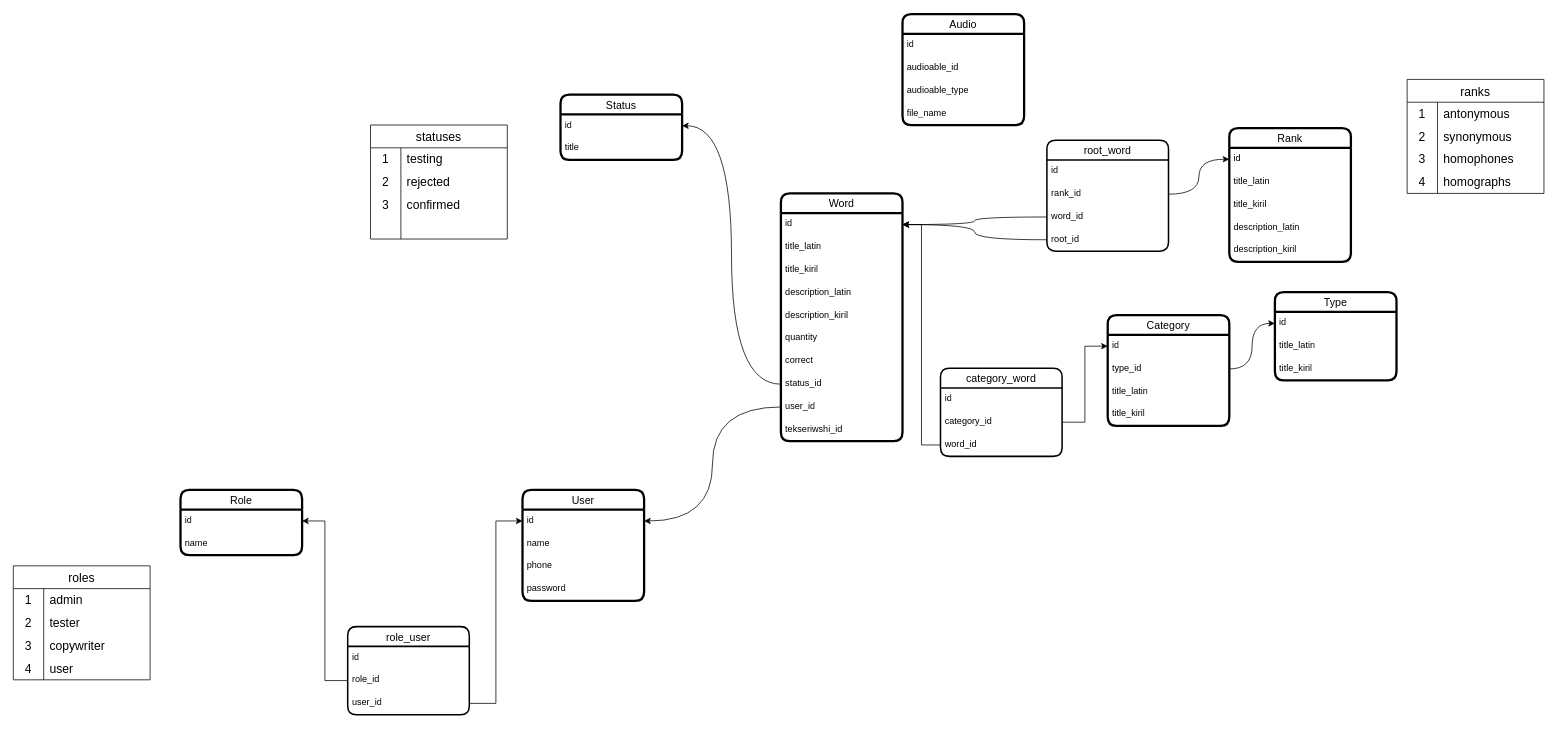
Earlier version of the draw.io diagram ts-backend.drawio (iztileuoff/databases). Source tidied: cells renumbered, new cells numbered last; positions are measured from the earlier drawing's top-left corner, leaving out a move shared by most shapes. Both pictures are drawn from the tidied source at 76%, with x=0, y=0 at pixel (13, 14).
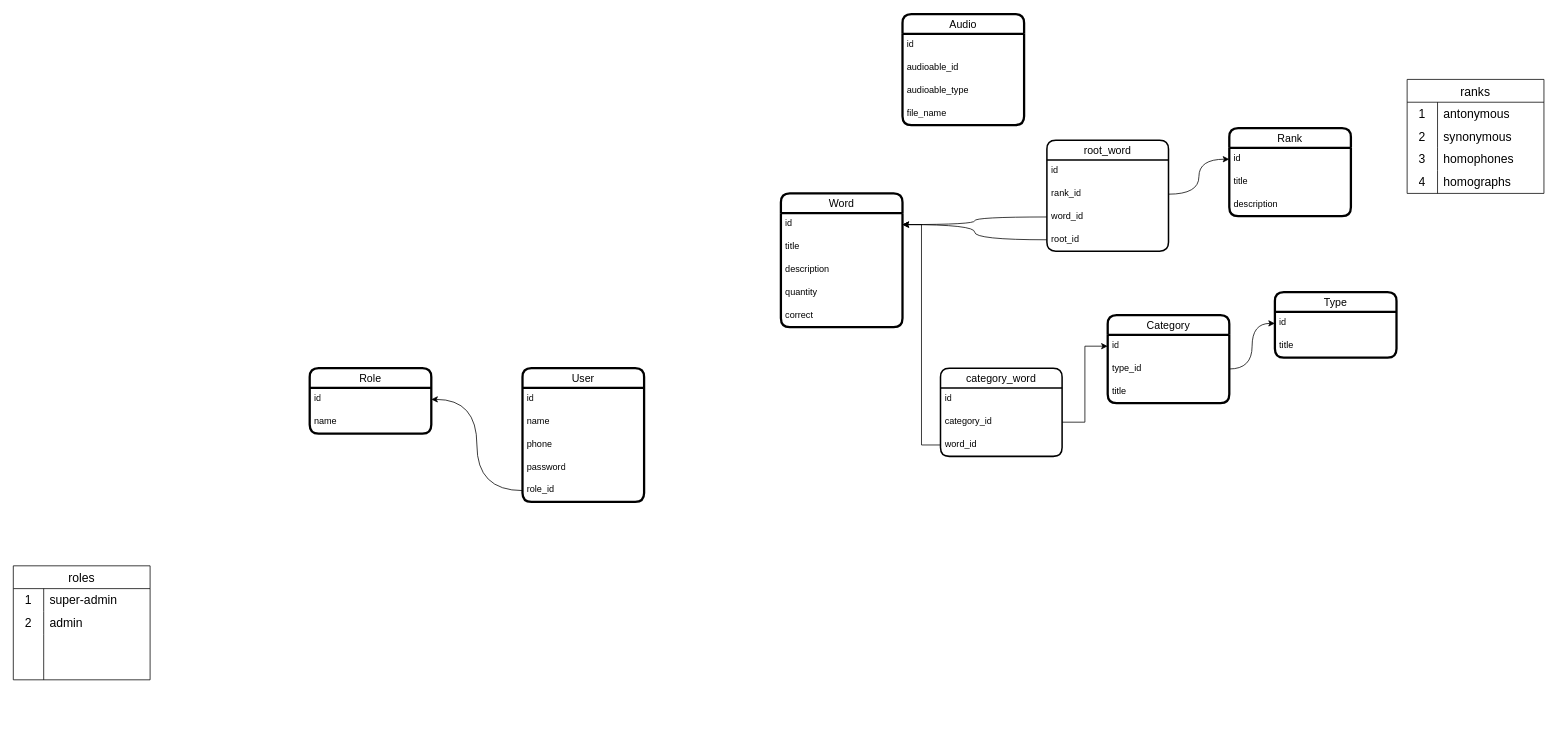
Above is the later version.

Unchanged cells that the change refers to:
```xml
<mxCell id="3" value="id" style="text;strokeColor=none;fillColor=none;spacingLeft=4;spacingRight=4;overflow=hidden;points=[[0,0.5],[1,0.5]];portConstraint=eastwest;fontSize=12;whiteSpace=wrap;html=1;" parent="2" vertex="1">
  <mxGeometry y="26" width="160" height="30" as="geometry" />
</mxCell>
<mxCell id="8" value="id" style="text;strokeColor=none;fillColor=none;spacingLeft=4;spacingRight=4;overflow=hidden;points=[[0,0.5],[1,0.5]];portConstraint=eastwest;fontSize=12;whiteSpace=wrap;html=1;" parent="7" vertex="1">
  <mxGeometry y="26" width="160" height="30" as="geometry" />
</mxCell>
<mxCell id="67" style="shape=tableRow;horizontal=0;startSize=0;swimlaneHead=0;swimlaneBody=0;top=0;left=0;bottom=0;right=0;fillColor=none;strokeColor=inherit;fontSize=16;" parent="66" vertex="1">
  <mxGeometry y="30" width="180" height="30" as="geometry" />
</mxCell>
<mxCell id="70" style="shape=tableRow;horizontal=0;startSize=0;swimlaneHead=0;swimlaneBody=0;top=0;left=0;bottom=0;right=0;fillColor=none;strokeColor=inherit;fontSize=16;" parent="66" vertex="1">
  <mxGeometry y="60" width="180" height="30" as="geometry" />
</mxCell>
<mxCell id="73" style="shape=tableRow;horizontal=0;startSize=0;swimlaneHead=0;swimlaneBody=0;top=0;left=0;bottom=0;right=0;fillColor=none;strokeColor=inherit;fontSize=16;" parent="66" vertex="1">
  <mxGeometry y="90" width="180" height="30" as="geometry" />
</mxCell>
<mxCell id="76" style="shape=tableRow;horizontal=0;startSize=0;swimlaneHead=0;swimlaneBody=0;top=0;left=0;bottom=0;right=0;fillColor=none;strokeColor=inherit;fontSize=16;" parent="66" vertex="1">
  <mxGeometry y="120" width="180" height="30" as="geometry" />
</mxCell>
```

What changed in the source:
```diff
@@
     <mxCell id="2" value="User" style="swimlane;fontStyle=0;horizontal=1;startSize=26;align=center;fontSize=14;rounded=1;strokeWidth=3;" parent="1" vertex="1">
-      <mxGeometry x="670" y="626" width="160" height="146" as="geometry" />
+      <mxGeometry x="670" y="466" width="160" height="176" as="geometry" />
     </mxCell>
@@
+    <mxCell id="12" value="role_id" style="text;strokeColor=none;fillColor=none;spacingLeft=4;spacingRight=4;overflow=hidden;points=[[0,0.5],[1,0.5]];portConstraint=eastwest;fontSize=12;whiteSpace=wrap;html=1;" parent="2" vertex="1">
+      <mxGeometry y="146" width="160" height="30" as="geometry" />
+    </mxCell>
     <mxCell id="7" value="Role" style="swimlane;fontStyle=0;horizontal=1;startSize=26;align=center;fontSize=14;rounded=1;strokeWidth=3;" parent="1" vertex="1">
-      <mxGeometry x="220" y="626" width="160" height="86" as="geometry" />
+      <mxGeometry x="390" y="466" width="160" height="86" as="geometry" />
     </mxCell>
@@
-    <mxCell id="10" value="role_user" style="swimlane;fontStyle=0;horizontal=1;startSize=26;align=center;fontSize=14;rounded=1;strokeWidth=2;" parent="1" vertex="1">
-      <mxGeometry x="440" y="806" width="160" height="116" as="geometry" />
-    </mxCell>
-    <mxCell id="11" value="id" style="text;strokeColor=none;fillColor=none;spacingLeft=4;spacingRight=4;overflow=hidden;fontSize=12;whiteSpace=wrap;html=1;" parent="10" vertex="1">
-      <mxGeometry y="26" width="160" height="30" as="geometry" />
-    </mxCell>
-    <mxCell id="12" value="role_id" style="text;strokeColor=none;fillColor=none;spacingLeft=4;spacingRight=4;overflow=hidden;points=[[0,0.5],[1,0.5]];portConstraint=eastwest;fontSize=12;whiteSpace=wrap;html=1;" parent="10" vertex="1">
-      <mxGeometry y="56" width="160" height="30" as="geometry" />
-    </mxCell>
-    <mxCell id="13" value="user_id" style="text;strokeColor=none;fillColor=none;spacingLeft=4;spacingRight=4;overflow=hidden;points=[[0,0.5],[1,0.5]];portConstraint=eastwest;fontSize=12;whiteSpace=wrap;html=1;" parent="10" vertex="1">
-      <mxGeometry y="86" width="160" height="30" as="geometry" />
-    </mxCell>
-    <mxCell id="14" style="edgeStyle=orthogonalEdgeStyle;rounded=0;jettySize=auto;html=1;" parent="1" edge="1" source="12" target="8">
-      <mxGeometry relative="1" as="geometry" />
-    </mxCell>
     <mxCell id="15" value="Word" style="swimlane;fontStyle=0;horizontal=1;startSize=26;align=center;fontSize=14;rounded=1;strokeWidth=3;" parent="1" vertex="1">
-      <mxGeometry x="1010" y="236" width="160" height="326" as="geometry" />
+      <mxGeometry x="1010" y="236" width="160" height="176" as="geometry" />
     </mxCell>
@@
-    <mxCell id="17" value="title_latin" style="text;strokeColor=none;fillColor=none;spacingLeft=4;spacingRight=4;overflow=hidden;fontSize=12;whiteSpace=wrap;html=1;" parent="15" vertex="1">
+    <mxCell id="17" value="title" style="text;strokeColor=none;fillColor=none;spacingLeft=4;spacingRight=4;overflow=hidden;fontSize=12;whiteSpace=wrap;html=1;" parent="15" vertex="1">
       <mxGeometry y="56" width="160" height="30" as="geometry" />
     </mxCell>
-    <mxCell id="18" value="title_kiril" style="text;strokeColor=none;fillColor=none;spacingLeft=4;spacingRight=4;overflow=hidden;fontSize=12;whiteSpace=wrap;html=1;" parent="15" vertex="1">
-      <mxGeometry y="86" width="160" height="30" as="geometry" />
-    </mxCell>
-    <mxCell id="19" value="description_latin" style="text;strokeColor=none;fillColor=none;spacingLeft=4;spacingRight=4;overflow=hidden;fontSize=12;whiteSpace=wrap;html=1;" parent="15" vertex="1">
-      <mxGeometry y="116" width="160" height="30" as="geometry" />
+    <mxCell id="19" value="description" style="text;strokeColor=none;fillColor=none;spacingLeft=4;spacingRight=4;overflow=hidden;fontSize=12;whiteSpace=wrap;html=1;" parent="15" vertex="1">
+      <mxGeometry y="86" width="160" height="30" as="geometry" />
     </mxCell>
-    <mxCell id="20" value="description_kiril" style="text;strokeColor=none;fillColor=none;spacingLeft=4;spacingRight=4;overflow=hidden;fontSize=12;whiteSpace=wrap;html=1;" parent="15" vertex="1">
-      <mxGeometry y="146" width="160" height="30" as="geometry" />
-    </mxCell>
     <mxCell id="21" value="quantity" style="text;strokeColor=none;fillColor=none;spacingLeft=4;spacingRight=4;overflow=hidden;fontSize=12;whiteSpace=wrap;html=1;" parent="15" vertex="1">
-      <mxGeometry y="176" width="160" height="30" as="geometry" />
+      <mxGeometry y="116" width="160" height="30" as="geometry" />
     </mxCell>
     <mxCell id="22" value="correct" style="text;strokeColor=none;fillColor=none;spacingLeft=4;spacingRight=4;overflow=hidden;fontSize=12;whiteSpace=wrap;html=1;" parent="15" vertex="1">
-      <mxGeometry y="206" width="160" height="30" as="geometry" />
+      <mxGeometry y="146" width="160" height="30" as="geometry" />
     </mxCell>
-    <mxCell id="23" value="status_id" style="text;strokeColor=none;fillColor=none;spacingLeft=4;spacingRight=4;overflow=hidden;points=[[0,0.5],[1,0.5]];portConstraint=eastwest;fontSize=12;whiteSpace=wrap;html=1;" parent="15" vertex="1">
-      <mxGeometry y="236" width="160" height="30" as="geometry" />
-    </mxCell>
-    <mxCell id="24" value="user_id" style="text;strokeColor=none;fillColor=none;spacingLeft=4;spacingRight=4;overflow=hidden;points=[[0,0.5],[1,0.5]];portConstraint=eastwest;fontSize=12;whiteSpace=wrap;html=1;" parent="15" vertex="1">
-      <mxGeometry y="266" width="160" height="30" as="geometry" />
-    </mxCell>
-    <mxCell id="25" value="tekseriwshi_id" style="text;strokeColor=none;fillColor=none;spacingLeft=4;spacingRight=4;overflow=hidden;fontSize=12;whiteSpace=wrap;html=1;" parent="15" vertex="1">
-      <mxGeometry y="296" width="160" height="30" as="geometry" />
-    </mxCell>
     <mxCell id="26" value="Type" style="swimlane;fontStyle=0;horizontal=1;startSize=26;align=center;fontSize=14;rounded=1;strokeWidth=3;" parent="1" vertex="1">
-      <mxGeometry x="1660" y="366" width="160" height="116" as="geometry" />
+      <mxGeometry x="1660" y="366" width="160" height="86" as="geometry" />
     </mxCell>
@@
-    <mxCell id="28" value="title_latin" style="text;strokeColor=none;fillColor=none;spacingLeft=4;spacingRight=4;overflow=hidden;fontSize=12;whiteSpace=wrap;html=1;" parent="26" vertex="1">
+    <mxCell id="28" value="title" style="text;strokeColor=none;fillColor=none;spacingLeft=4;spacingRight=4;overflow=hidden;fontSize=12;whiteSpace=wrap;html=1;" parent="26" vertex="1">
       <mxGeometry y="56" width="160" height="30" as="geometry" />
     </mxCell>
-    <mxCell id="29" value="title_kiril" style="text;strokeColor=none;fillColor=none;spacingLeft=4;spacingRight=4;overflow=hidden;fontSize=12;whiteSpace=wrap;html=1;" parent="26" vertex="1">
-      <mxGeometry y="86" width="160" height="30" as="geometry" />
-    </mxCell>
     <mxCell id="30" value="Category" style="swimlane;fontStyle=0;horizontal=1;startSize=26;align=center;fontSize=14;rounded=1;strokeWidth=3;" parent="1" vertex="1">
-      <mxGeometry x="1440" y="396" width="160" height="146" as="geometry" />
+      <mxGeometry x="1440" y="396" width="160" height="116" as="geometry" />
     </mxCell>
@@
-    <mxCell id="33" value="title_latin" style="text;strokeColor=none;fillColor=none;spacingLeft=4;spacingRight=4;overflow=hidden;fontSize=12;whiteSpace=wrap;html=1;" parent="30" vertex="1">
+    <mxCell id="33" value="title" style="text;strokeColor=none;fillColor=none;spacingLeft=4;spacingRight=4;overflow=hidden;fontSize=12;whiteSpace=wrap;html=1;" parent="30" vertex="1">
       <mxGeometry y="86" width="160" height="30" as="geometry" />
     </mxCell>
-    <mxCell id="34" value="title_kiril" style="text;strokeColor=none;fillColor=none;spacingLeft=4;spacingRight=4;overflow=hidden;fontSize=12;whiteSpace=wrap;html=1;" parent="30" vertex="1">
-      <mxGeometry y="116" width="160" height="30" as="geometry" />
-    </mxCell>
@@
-    <mxCell id="41" style="edgeStyle=orthogonalEdgeStyle;rounded=0;jettySize=auto;html=1;" parent="1" edge="1" source="13" target="3">
-      <mxGeometry relative="1" as="geometry" />
-    </mxCell>
@@
-    <mxCell id="43" value="statuses" style="shape=table;startSize=30;childLayout=tableLayout;rowLines=0;fontStyle=0;strokeColor=default;fontSize=16;" parent="1" vertex="1">
-      <mxGeometry x="470" y="146" width="180" height="150" as="geometry" />
-    </mxCell>
-    <mxCell id="44" style="shape=tableRow;horizontal=0;startSize=0;swimlaneHead=0;swimlaneBody=0;top=0;left=0;bottom=0;right=0;fillColor=none;strokeColor=inherit;fontSize=16;" parent="43" vertex="1">
-      <mxGeometry y="30" width="180" height="30" as="geometry" />
-    </mxCell>
-    <mxCell id="45" value="1" style="shape=partialRectangle;html=1;whiteSpace=wrap;fillColor=none;top=0;left=0;bottom=0;right=0;overflow=hidden;strokeColor=inherit;fontSize=16;" parent="44" vertex="1">
-      <mxGeometry width="40" height="30" as="geometry" />
-    </mxCell>
-    <mxCell id="46" value="testing" style="shape=partialRectangle;html=1;whiteSpace=wrap;fillColor=none;top=0;left=0;bottom=0;right=0;align=left;spacingLeft=6;overflow=hidden;strokeColor=inherit;fontSize=16;" parent="44" vertex="1">
-      <mxGeometry x="40" width="140" height="30" as="geometry" />
-    </mxCell>
-    <mxCell id="47" style="shape=tableRow;horizontal=0;startSize=0;swimlaneHead=0;swimlaneBody=0;top=0;left=0;bottom=0;right=0;fillColor=none;strokeColor=inherit;fontSize=16;" parent="43" vertex="1">
-      <mxGeometry y="60" width="180" height="30" as="geometry" />
-    </mxCell>
-    <mxCell id="48" value="2" style="shape=partialRectangle;html=1;whiteSpace=wrap;fillColor=none;top=0;left=0;bottom=0;right=0;overflow=hidden;strokeColor=inherit;fontSize=16;" parent="47" vertex="1">
-      <mxGeometry width="40" height="30" as="geometry" />
-    </mxCell>
-    <mxCell id="49" value="rejected" style="shape=partialRectangle;html=1;whiteSpace=wrap;fillColor=none;top=0;left=0;bottom=0;right=0;align=left;spacingLeft=6;overflow=hidden;strokeColor=inherit;fontSize=16;" parent="47" vertex="1">
-      <mxGeometry x="40" width="140" height="30" as="geometry" />
-    </mxCell>
-    <mxCell id="50" style="shape=tableRow;horizontal=0;startSize=0;swimlaneHead=0;swimlaneBody=0;top=0;left=0;bottom=0;right=0;fillColor=none;strokeColor=inherit;fontSize=16;" parent="43" vertex="1">
-      <mxGeometry y="90" width="180" height="30" as="geometry" />
-    </mxCell>
-    <mxCell id="51" value="3" style="shape=partialRectangle;html=1;whiteSpace=wrap;fillColor=none;top=0;left=0;bottom=0;right=0;overflow=hidden;strokeColor=inherit;fontSize=16;" parent="50" vertex="1">
-      <mxGeometry width="40" height="30" as="geometry" />
-    </mxCell>
-    <mxCell id="52" value="confirmed" style="shape=partialRectangle;html=1;whiteSpace=wrap;fillColor=none;top=0;left=0;bottom=0;right=0;align=left;spacingLeft=6;overflow=hidden;strokeColor=inherit;fontSize=16;" parent="50" vertex="1">
-      <mxGeometry x="40" width="140" height="30" as="geometry" />
-    </mxCell>
-    <mxCell id="53" style="shape=tableRow;horizontal=0;startSize=0;swimlaneHead=0;swimlaneBody=0;top=0;left=0;bottom=0;right=0;fillColor=none;strokeColor=inherit;fontSize=16;" parent="43" vertex="1">
-      <mxGeometry y="120" width="180" height="30" as="geometry" />
-    </mxCell>
-    <mxCell id="54" style="shape=partialRectangle;html=1;whiteSpace=wrap;fillColor=none;top=0;left=0;bottom=0;right=0;overflow=hidden;strokeColor=inherit;fontSize=16;" parent="53" vertex="1">
-      <mxGeometry width="40" height="30" as="geometry" />
-    </mxCell>
-    <mxCell id="55" style="shape=partialRectangle;html=1;whiteSpace=wrap;fillColor=none;top=0;left=0;bottom=0;right=0;align=left;spacingLeft=6;overflow=hidden;strokeColor=inherit;fontSize=16;" parent="53" vertex="1">
-      <mxGeometry x="40" width="140" height="30" as="geometry" />
-    </mxCell>
@@
-    <mxCell id="61" value="Status" style="swimlane;fontStyle=0;horizontal=1;startSize=26;align=center;fontSize=14;rounded=1;strokeWidth=3;" parent="1" vertex="1">
-      <mxGeometry x="720" y="106" width="160" height="86" as="geometry" />
-    </mxCell>
-    <mxCell id="62" value="id" style="text;strokeColor=none;fillColor=none;spacingLeft=4;spacingRight=4;overflow=hidden;points=[[0,0.5],[1,0.5]];portConstraint=eastwest;fontSize=12;whiteSpace=wrap;html=1;" parent="61" vertex="1">
-      <mxGeometry y="26" width="160" height="30" as="geometry" />
-    </mxCell>
-    <mxCell id="63" value="title" style="text;strokeColor=none;fillColor=none;spacingLeft=4;spacingRight=4;overflow=hidden;fontSize=12;whiteSpace=wrap;html=1;" parent="61" vertex="1">
-      <mxGeometry y="56" width="160" height="30" as="geometry" />
-    </mxCell>
-    <mxCell id="64" style="edgeStyle=orthogonalEdgeStyle;rounded=0;jettySize=auto;html=1;entryX=1;entryY=0.5;entryDx=0;entryDy=0;curved=1;" parent="1" edge="1" source="23" target="62">
-      <mxGeometry relative="1" as="geometry" />
-    </mxCell>
-    <mxCell id="65" style="edgeStyle=orthogonalEdgeStyle;rounded=0;jettySize=auto;html=1;curved=1;" parent="1" edge="1" source="24" target="3">
-      <mxGeometry relative="1" as="geometry" />
-    </mxCell>
@@
-    <mxCell id="69" value="admin" style="shape=partialRectangle;html=1;whiteSpace=wrap;fillColor=none;top=0;left=0;bottom=0;right=0;align=left;spacingLeft=6;overflow=hidden;strokeColor=inherit;fontSize=16;" parent="67" vertex="1">
+    <mxCell id="69" value="super-admin" style="shape=partialRectangle;html=1;whiteSpace=wrap;fillColor=none;top=0;left=0;bottom=0;right=0;align=left;spacingLeft=6;overflow=hidden;strokeColor=inherit;fontSize=16;" parent="67" vertex="1">
       <mxGeometry x="40" width="140" height="30" as="geometry" />
     </mxCell>
@@
-    <mxCell id="72" value="tester" style="shape=partialRectangle;html=1;whiteSpace=wrap;fillColor=none;top=0;left=0;bottom=0;right=0;align=left;spacingLeft=6;overflow=hidden;strokeColor=inherit;fontSize=16;" parent="70" vertex="1">
+    <mxCell id="72" value="admin" style="shape=partialRectangle;html=1;whiteSpace=wrap;fillColor=none;top=0;left=0;bottom=0;right=0;align=left;spacingLeft=6;overflow=hidden;strokeColor=inherit;fontSize=16;" parent="70" vertex="1">
       <mxGeometry x="40" width="140" height="30" as="geometry" />
     </mxCell>
@@
-    <mxCell id="74" value="3" style="shape=partialRectangle;html=1;whiteSpace=wrap;fillColor=none;top=0;left=0;bottom=0;right=0;overflow=hidden;strokeColor=inherit;fontSize=16;" parent="73" vertex="1">
+    <mxCell id="74" style="shape=partialRectangle;html=1;whiteSpace=wrap;fillColor=none;top=0;left=0;bottom=0;right=0;overflow=hidden;strokeColor=inherit;fontSize=16;" parent="73" vertex="1">
       <mxGeometry width="40" height="30" as="geometry" />
     </mxCell>
-    <mxCell id="75" value="copywriter" style="shape=partialRectangle;html=1;whiteSpace=wrap;fillColor=none;top=0;left=0;bottom=0;right=0;align=left;spacingLeft=6;overflow=hidden;strokeColor=inherit;fontSize=16;" parent="73" vertex="1">
+    <mxCell id="75" style="shape=partialRectangle;html=1;whiteSpace=wrap;fillColor=none;top=0;left=0;bottom=0;right=0;align=left;spacingLeft=6;overflow=hidden;strokeColor=inherit;fontSize=16;" parent="73" vertex="1">
       <mxGeometry x="40" width="140" height="30" as="geometry" />
     </mxCell>
@@
-    <mxCell id="77" value="4" style="shape=partialRectangle;html=1;whiteSpace=wrap;fillColor=none;top=0;left=0;bottom=0;right=0;overflow=hidden;strokeColor=inherit;fontSize=16;" parent="76" vertex="1">
+    <mxCell id="77" style="shape=partialRectangle;html=1;whiteSpace=wrap;fillColor=none;top=0;left=0;bottom=0;right=0;overflow=hidden;strokeColor=inherit;fontSize=16;" parent="76" vertex="1">
       <mxGeometry width="40" height="30" as="geometry" />
     </mxCell>
-    <mxCell id="78" value="user" style="shape=partialRectangle;html=1;whiteSpace=wrap;fillColor=none;top=0;left=0;bottom=0;right=0;align=left;spacingLeft=6;overflow=hidden;strokeColor=inherit;fontSize=16;" parent="76" vertex="1">
+    <mxCell id="78" style="shape=partialRectangle;html=1;whiteSpace=wrap;fillColor=none;top=0;left=0;bottom=0;right=0;align=left;spacingLeft=6;overflow=hidden;strokeColor=inherit;fontSize=16;" parent="76" vertex="1">
       <mxGeometry x="40" width="140" height="30" as="geometry" />
     </mxCell>
     <mxCell id="79" value="Rank" style="swimlane;fontStyle=0;horizontal=1;startSize=26;align=center;fontSize=14;rounded=1;strokeWidth=3;" parent="1" vertex="1">
-      <mxGeometry x="1600" y="150" width="160" height="176" as="geometry" />
+      <mxGeometry x="1600" y="150" width="160" height="116" as="geometry" />
     </mxCell>
@@
-    <mxCell id="81" value="title_latin" style="text;strokeColor=none;fillColor=none;spacingLeft=4;spacingRight=4;overflow=hidden;fontSize=12;whiteSpace=wrap;html=1;" parent="79" vertex="1">
+    <mxCell id="81" value="title" style="text;strokeColor=none;fillColor=none;spacingLeft=4;spacingRight=4;overflow=hidden;fontSize=12;whiteSpace=wrap;html=1;" parent="79" vertex="1">
       <mxGeometry y="56" width="160" height="30" as="geometry" />
     </mxCell>
-    <mxCell id="82" value="title_kiril" style="text;strokeColor=none;fillColor=none;spacingLeft=4;spacingRight=4;overflow=hidden;fontSize=12;whiteSpace=wrap;html=1;" parent="79" vertex="1">
-      <mxGeometry y="86" width="160" height="30" as="geometry" />
-    </mxCell>
-    <mxCell id="83" value="description_latin" style="text;strokeColor=none;fillColor=none;spacingLeft=4;spacingRight=4;overflow=hidden;fontSize=12;whiteSpace=wrap;html=1;" parent="79" vertex="1">
-      <mxGeometry y="116" width="160" height="30" as="geometry" />
-    </mxCell>
-    <mxCell id="84" value="description_kiril" style="text;strokeColor=none;fillColor=none;spacingLeft=4;spacingRight=4;overflow=hidden;fontSize=12;whiteSpace=wrap;html=1;" parent="79" vertex="1">
-      <mxGeometry y="146" width="160" height="30" as="geometry" />
+    <mxCell id="84" value="description" style="text;strokeColor=none;fillColor=none;spacingLeft=4;spacingRight=4;overflow=hidden;fontSize=12;whiteSpace=wrap;html=1;" parent="79" vertex="1">
+      <mxGeometry y="86" width="160" height="30" as="geometry" />
     </mxCell>
@@
+    <mxCell id="14" style="edgeStyle=orthogonalEdgeStyle;rounded=0;jettySize=auto;html=1;entryX=1;entryY=0.5;entryDx=0;entryDy=0;curved=1;" parent="1" edge="1" source="12" target="8">
+      <mxGeometry relative="1" as="geometry" />
+    </mxCell>
```
